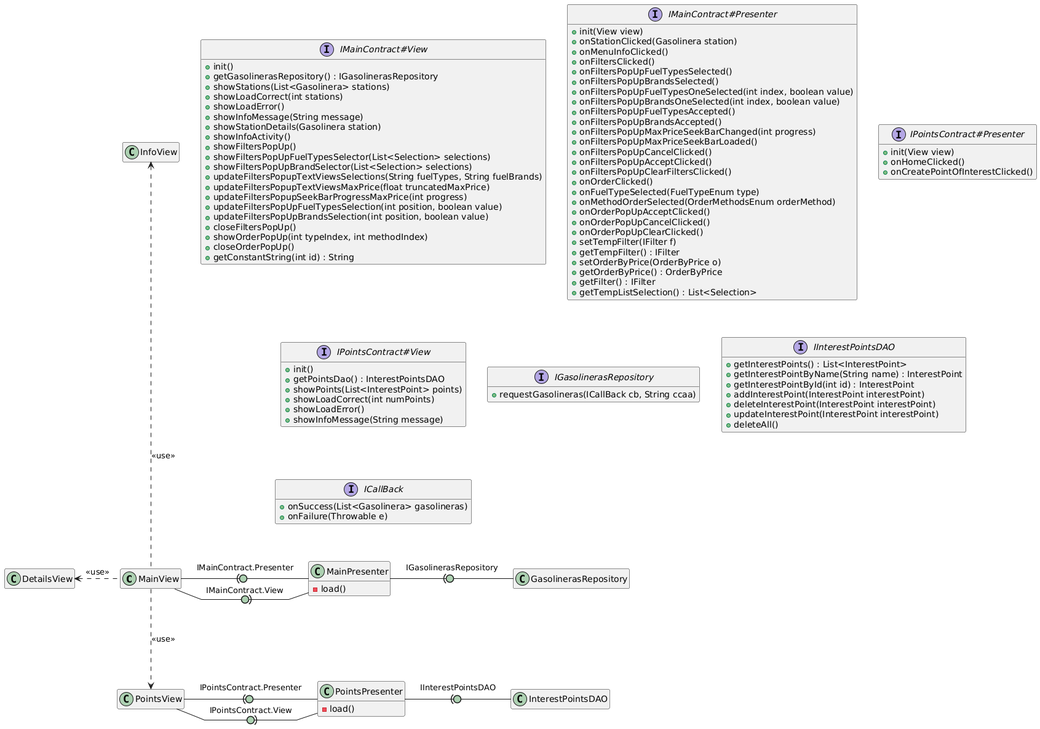
Above: Docs/Models/architecture.png in isunican/App-Gasolineras-Grupo1 (PlantUML), before the change.
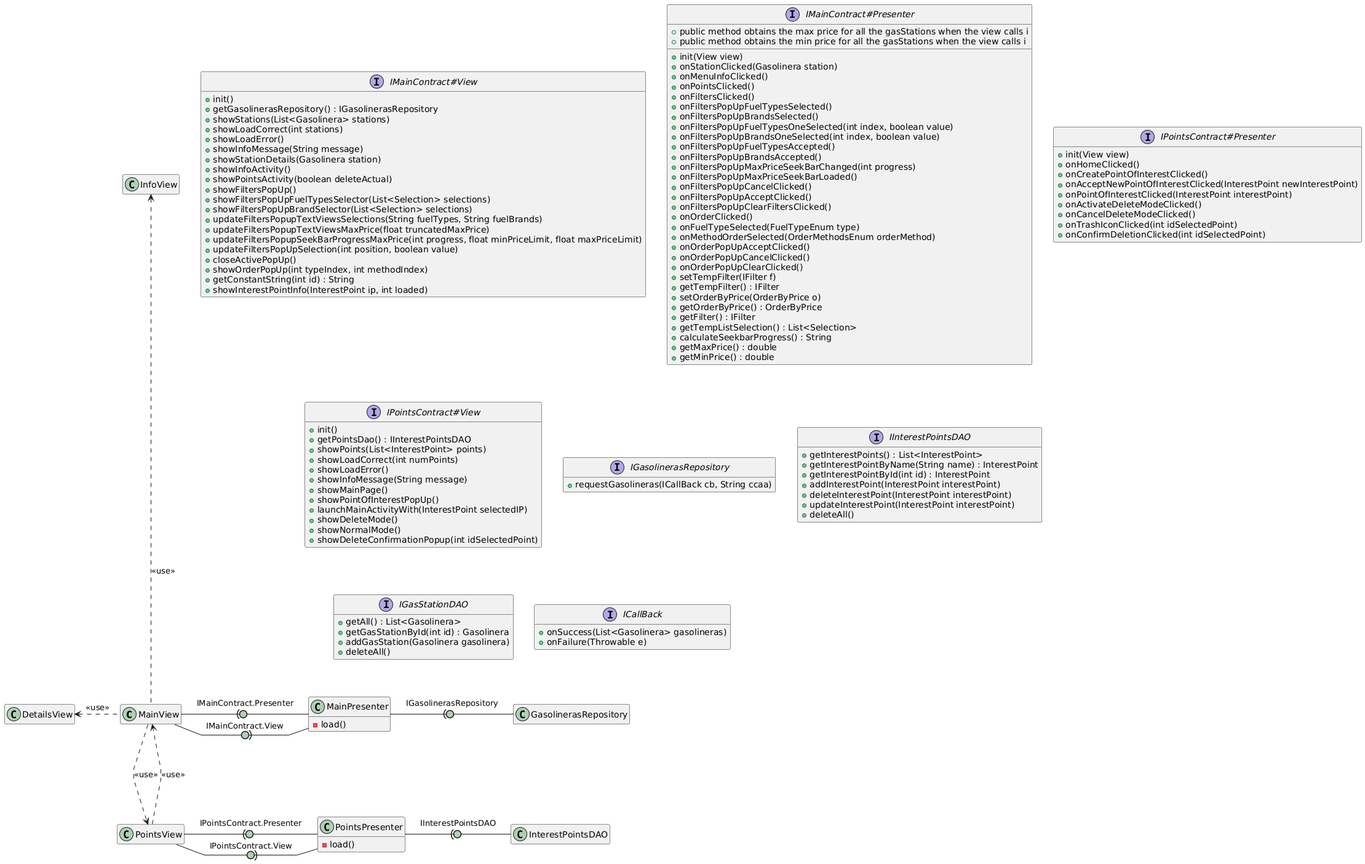
After the commit.

Commit message:
Agregar los png de los UML

What changed in the source:
```diff
@@ -10,6 +10,7 @@
 MainView -up..-> InfoView : <<use>>
 MainView -left..> DetailsView : <<use>>
 MainView -down..> PointsView : <<use>>
+PointsView -..> MainView : <<use>>
 MainPresenter -right(0- GasolinerasRepository : IGasolinerasRepository
 PointsPresenter -right(0- InterestPointsDAO : IInterestPointsDAO
 
@@ -30,24 +31,25 @@
     + showInfoMessage(String message)
     + showStationDetails(Gasolinera station)
     + showInfoActivity()
+    + showPointsActivity(boolean deleteActual)
     + showFiltersPopUp()
     + showFiltersPopUpFuelTypesSelector(List<Selection> selections)
     + showFiltersPopUpBrandSelector(List<Selection> selections)
     + updateFiltersPopupTextViewsSelections(String fuelTypes, String fuelBrands)
     + updateFiltersPopupTextViewsMaxPrice(float truncatedMaxPrice)
-    + updateFiltersPopupSeekBarProgressMaxPrice(int progress)
-    + updateFiltersPopUpFuelTypesSelection(int position, boolean value)
-    + updateFiltersPopUpBrandsSelection(int position, boolean value)
-    + closeFiltersPopUp()
+    + updateFiltersPopupSeekBarProgressMaxPrice(int progress, float minPriceLimit, float maxPriceLimit)
+    + updateFiltersPopUpSelection(int position, boolean value)
+    + closeActivePopUp()
     + showOrderPopUp(int typeIndex, int methodIndex)
-    + closeOrderPopUp()
     + getConstantString(int id) : String
+    + showInterestPointInfo(InterestPoint ip, int loaded)
 }
 
 interface IMainContract#Presenter {
     + init(View view)
     + onStationClicked(Gasolinera station)
     + onMenuInfoClicked()
+    + onPointsClicked()
     + onFiltersClicked()
     + onFiltersPopUpFuelTypesSelected()
     + onFiltersPopUpBrandsSelected()
@@ -72,21 +74,38 @@
     + getOrderByPrice() : OrderByPrice
     + getFilter() : IFilter
     + getTempListSelection() : List<Selection>
+    + calculateSeekbarProgress() : String
+    + public method obtains the max price for all the gasStations when the view calls i
+    + getMaxPrice() : double
+    + public method obtains the min price for all the gasStations when the view calls i
+    + getMinPrice() : double
 }
 
 interface IPointsContract#Presenter {
     + init(View view)
     + onHomeClicked()
     + onCreatePointOfInterestClicked()
+    + onAcceptNewPointOfInterestClicked(InterestPoint newInterestPoint)
+    + onPointOfInterestClicked(InterestPoint interestPoint)
+    + onActivateDeleteModeClicked()
+    + onCancelDeleteModeClicked()
+    + onTrashIconClicked(int idSelectedPoint)
+    + onConfirmDeletionClicked(int idSelectedPoint)
 }
 
 interface IPointsContract#View {
-+ init()
-+ getPointsDao() : InterestPointsDAO
-+ showPoints(List<InterestPoint> points)
-+ showLoadCorrect(int numPoints)
-+ showLoadError()
-+ showInfoMessage(String message)
+    + init()
+    + getPointsDao() : IInterestPointsDAO
+    + showPoints(List<InterestPoint> points)
+    + showLoadCorrect(int numPoints)
+    + showLoadError()
+    + showInfoMessage(String message)
+    + showMainPage()
+    + showPointOfInterestPopUp()
+    + launchMainActivityWith(InterestPoint selectedIP)
+    + showDeleteMode()
+    + showNormalMode()
+    + showDeleteConfirmationPopup(int idSelectedPoint)
 }
 
 interface IGasolinerasRepository {
@@ -103,6 +122,13 @@
     + deleteAll()
 }
 
+interface IGasStationDAO {
+    + getAll() : List<Gasolinera>
+    + getGasStationById(int id) : Gasolinera
+    + addGasStation(Gasolinera gasolinera)
+    + deleteAll()
+}
+
 interface ICallBack {
     + onSuccess(List<Gasolinera> gasolineras)
     + onFailure(Throwable e)
```
